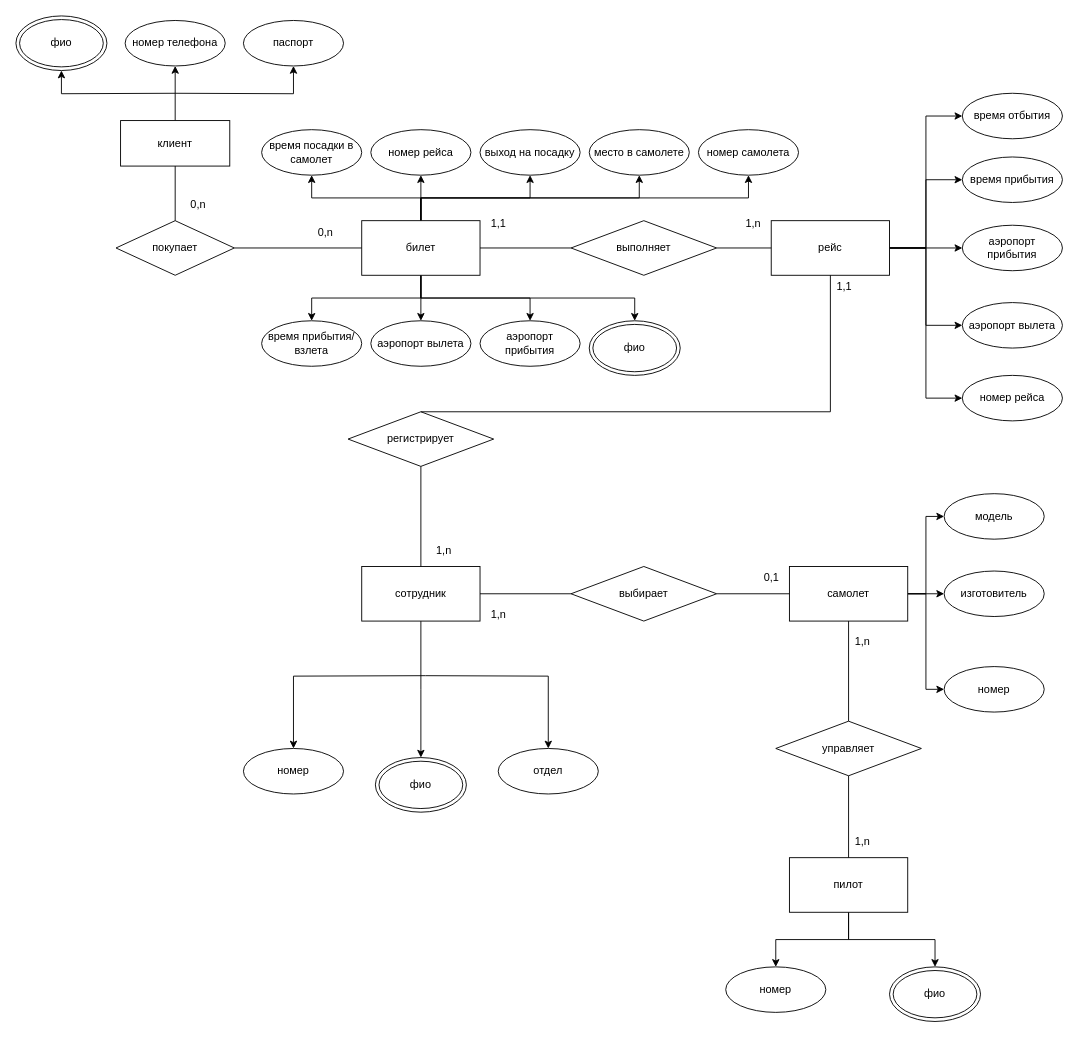
Above: Untitled Diagram.drawio in tommanah/mephi (draw.io), before the change. Source tidied: cells renumbered, new cells numbered last; positions are measured from the earlier drawing's top-left corner, leaving out a move shared by most shapes. Both pictures are drawn from the tidied source at 91%, with x=0, y=0 at pixel (15, 15).
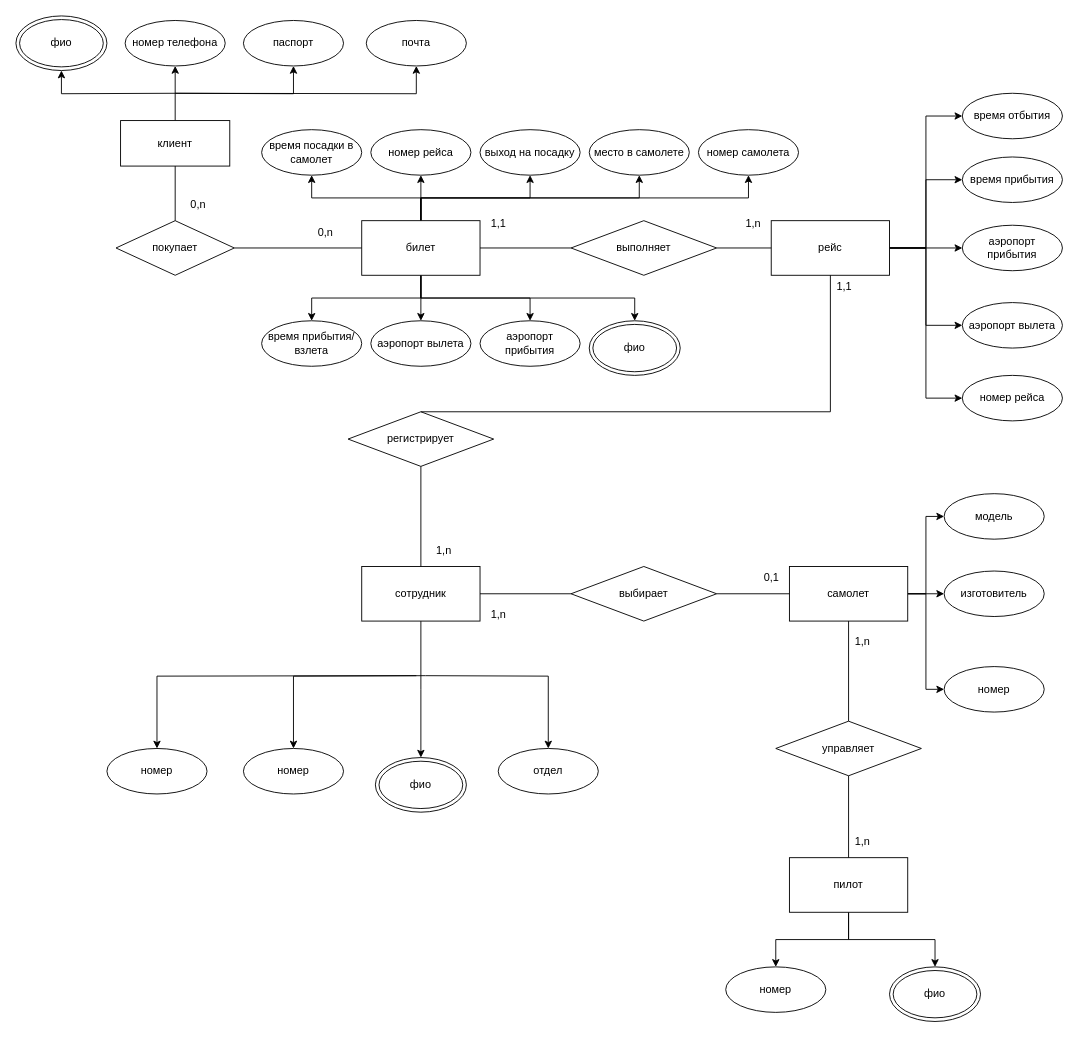
Above is the later version.

What changed in the source:
```diff
@@
+    <mxCell id="83" style="edgeStyle=orthogonalEdgeStyle;rounded=0;jettySize=auto;html=1;" parent="1" edge="1" target="85">
+      <mxGeometry relative="1" as="geometry">
+        <mxPoint x="175" y="85" as="sourcePoint" />
+      </mxGeometry>
+    </mxCell>
@@
+    <mxCell id="84" style="edgeStyle=orthogonalEdgeStyle;rounded=0;jettySize=auto;html=1;" parent="1" edge="1" target="86">
+      <mxGeometry relative="1" as="geometry">
+        <mxPoint x="440" y="725" as="sourcePoint" />
+      </mxGeometry>
+    </mxCell>
@@
+    <mxCell id="85" value="почта" style="ellipse;whiteSpace=wrap;html=1;" parent="1" vertex="1">
+      <mxGeometry x="385" y="5" width="110" height="50" as="geometry" />
+    </mxCell>
+    <mxCell id="86" value="номер" style="ellipse;whiteSpace=wrap;html=1;" parent="1" vertex="1">
+      <mxGeometry x="100" y="805" width="110" height="50" as="geometry" />
+    </mxCell>
```
